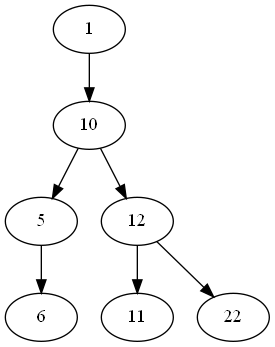
This is lab_06_04/BST.png from xanderkov/TASD, a Graphviz export, as it was before one commit. Its source is kept beside it as lab_06_04/out/BST.gv.
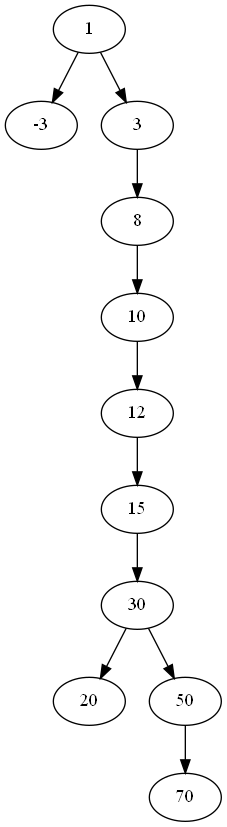
Above is the later version.

Diff of the diagram source:
```diff
@@ -1,8 +1,12 @@
 digraph BST {
-1 -> 10;
-10 -> 5;
+1 -> -3;
+1 -> 3;
+3 -> 8;
+8 -> 10;
 10 -> 12;
-5 -> 6;
-12 -> 11;
-12 -> 22;
+12 -> 15;
+15 -> 30;
+30 -> 20;
+30 -> 50;
+50 -> 70;
 }
```
